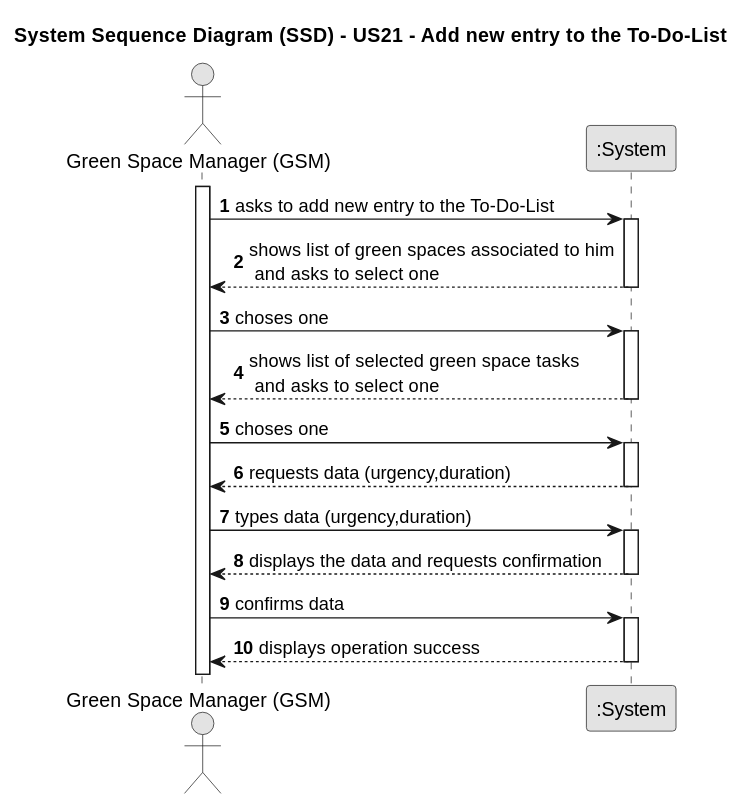
Earlier version of the PlantUML export docs/sprint3/us21/01.requirements-engineering/svg/us21-system-sequence-diagram.svg (Departamento-de-Engenharia-Informatica/lei-24-s2-1db-g022).
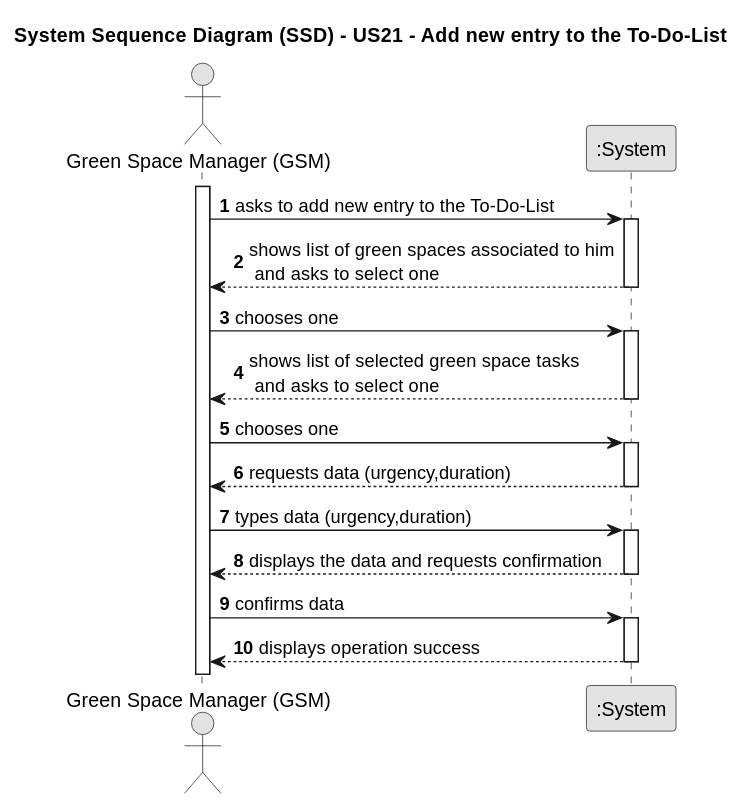
After the commit.

Change to the diagram source:
```diff
@@ -18,7 +18,7 @@
         System --> GSM : shows list of green spaces associated to him\n and asks to select one
     deactivate System
 
-    GSM->System: choses one
+    GSM->System: chooses one
     activate System
 
         System --> GSM : shows list of selected green space tasks\n and asks to select one
@@ -26,7 +26,7 @@
     deactivate System
 
 
-    GSM -> System : choses one
+    GSM -> System : chooses one
     activate System
 
         System --> GSM : requests data (urgency,duration)
```
